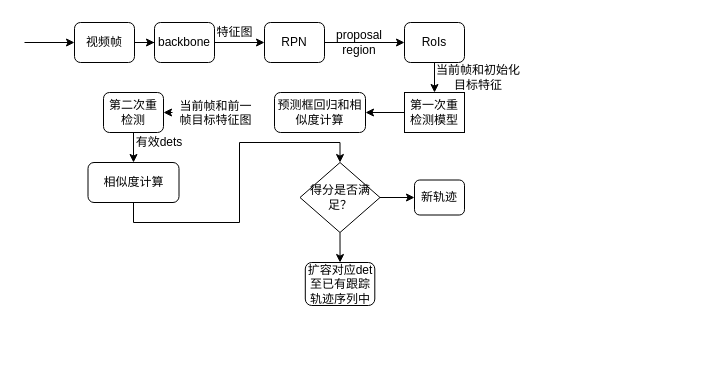
This is TDLA跟踪序列关系图.drawio from paleblackless/diagrams, a draw.io file, before an edit. Source tidied: cells renumbered, new cells numbered last; positions are measured from the earlier drawing's top-left corner, leaving out a move shared by most shapes. Both pictures are drawn from the tidied source at 100%, with x=0, y=0 at pixel (24, 17).
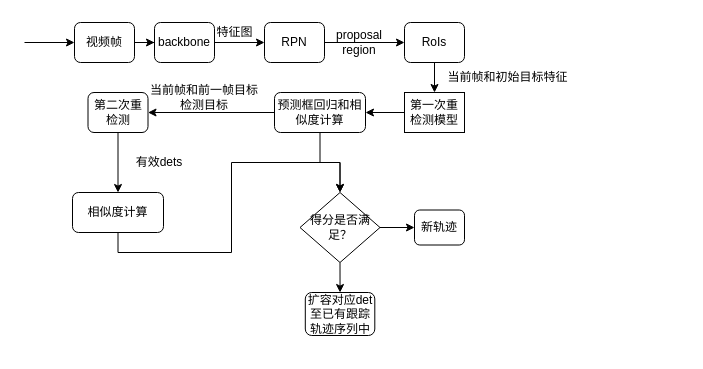
The same page after the edit.

Commit message:
Update TDLA跟踪序列关系图.drawio

Unchanged cells that the change refers to:
```xml
<mxCell id="16" value="预测框回归和相似度计算" style="rounded=1;whiteSpace=wrap;html=1;fontSize=12;glass=0;strokeWidth=1;shadow=0;" parent="1" vertex="1">
  <mxGeometry x="250" y="75" width="91" height="40" as="geometry" />
</mxCell>
```

What changed in the source:
```diff
@@
-    <mxCell id="14" value="当前帧和初始化目标特征" style="text;html=1;strokeColor=none;fillColor=none;align=center;verticalAlign=middle;whiteSpace=wrap;rounded=0;" parent="1" vertex="1">
-      <mxGeometry x="407" y="55" width="94" height="10" as="geometry" />
+    <mxCell id="14" value="当前帧和初始目标特征" style="text;html=1;strokeColor=none;fillColor=none;align=center;verticalAlign=middle;whiteSpace=wrap;rounded=0;" parent="1" vertex="1">
+      <mxGeometry x="407" y="55" width="153" height="10" as="geometry" />
     </mxCell>
-    <mxCell id="15" style="edgeStyle=orthogonalEdgeStyle;rounded=0;jettySize=auto;html=1;entryX=1;entryY=0.5;entryDx=0;entryDy=0;startArrow=none;" parent="1" edge="1" target="18">
+    <mxCell id="15" style="edgeStyle=orthogonalEdgeStyle;rounded=0;jettySize=auto;html=1;entryX=1;entryY=0.5;entryDx=0;entryDy=0;startArrow=none;exitX=0;exitY=0.75;exitDx=0;exitDy=0;" parent="1" edge="1" source="16" target="18">
       <mxGeometry relative="1" as="geometry">
-        <mxPoint x="148" y="95" as="sourcePoint" />
+        <Array as="points">
+          <mxPoint x="250" y="95" />
+        </Array>
       </mxGeometry>
     </mxCell>
+    <mxCell id="29" style="edgeStyle=orthogonalEdgeStyle;rounded=0;jettySize=auto;html=1;exitX=0.5;exitY=1;exitDx=0;exitDy=0;entryX=0.5;entryY=0;entryDx=0;entryDy=0;" parent="1" edge="1" source="16" target="24">
+      <mxGeometry relative="1" as="geometry" />
+    </mxCell>
@@
     <mxCell id="18" value="第二次重检测" style="rounded=1;whiteSpace=wrap;html=1;fontSize=12;glass=0;strokeWidth=1;shadow=0;" parent="1" vertex="1">
-      <mxGeometry x="79" y="75" width="60" height="40" as="geometry" />
+      <mxGeometry x="63.5" y="75" width="60" height="40" as="geometry" />
     </mxCell>
     <mxCell id="19" style="edgeStyle=orthogonalEdgeStyle;rounded=0;jettySize=auto;html=1;exitX=0.5;exitY=1;exitDx=0;exitDy=0;entryX=0.5;entryY=0;entryDx=0;entryDy=0;" parent="1" edge="1" source="20" target="24">
-      <mxGeometry relative="1" as="geometry" />
+      <mxGeometry relative="1" as="geometry">
+        <Array as="points">
+          <mxPoint x="94" y="235" />
+          <mxPoint x="207" y="235" />
+          <mxPoint x="207" y="145" />
+          <mxPoint x="316" y="145" />
+        </Array>
+      </mxGeometry>
     </mxCell>
     <mxCell id="20" value="相似度计算" style="rounded=1;whiteSpace=wrap;html=1;fontSize=12;glass=0;strokeWidth=1;shadow=0;" parent="1" vertex="1">
-      <mxGeometry x="63.5" y="145" width="91" height="40" as="geometry" />
+      <mxGeometry x="48" y="175" width="91" height="40" as="geometry" />
     </mxCell>
@@
     <mxCell id="24" value="得分是否满足？" style="rhombus;whiteSpace=wrap;html=1;" parent="1" vertex="1">
-      <mxGeometry x="275.5" y="145" width="80" height="70" as="geometry" />
+      <mxGeometry x="275.5" y="175" width="80" height="70" as="geometry" />
     </mxCell>
     <mxCell id="25" value="新轨迹" style="rounded=1;whiteSpace=wrap;html=1;fontSize=12;glass=0;strokeWidth=1;shadow=0;" parent="1" vertex="1">
-      <mxGeometry x="390" y="162.5" width="50" height="35" as="geometry" />
+      <mxGeometry x="390" y="192.5" width="50" height="35" as="geometry" />
     </mxCell>
     <mxCell id="26" value="扩容对应det至已有跟踪轨迹序列中" style="rounded=1;whiteSpace=wrap;html=1;fontSize=12;glass=0;strokeWidth=1;shadow=0;" parent="1" vertex="1">
-      <mxGeometry x="280.8" y="245" width="69.5" height="43" as="geometry" />
+      <mxGeometry x="280.8" y="275" width="69.5" height="43" as="geometry" />
     </mxCell>
     <mxCell id="27" value="有效dets" style="text;html=1;strokeColor=none;fillColor=none;align=center;verticalAlign=middle;whiteSpace=wrap;rounded=0;" parent="1" vertex="1">
-      <mxGeometry x="110" y="115" width="50" height="20" as="geometry" />
+      <mxGeometry x="110" y="135" width="50" height="20" as="geometry" />
     </mxCell>
-    <mxCell id="28" value="&lt;div style=&quot;text-align: center;&quot;&gt;当前帧和前一帧目标特征图&lt;/div&gt;" style="text;whiteSpace=wrap;html=1;" parent="1" vertex="1">
-      <mxGeometry x="150" y="75" width="81" height="40" as="geometry" />
+    <mxCell id="28" value="&lt;div style=&quot;text-align: center;&quot;&gt;&lt;br&gt;&lt;/div&gt;" style="text;whiteSpace=wrap;html=1;" parent="1" vertex="1">
+      <mxGeometry x="580" y="295" width="81" height="40" as="geometry" />
     </mxCell>
+    <mxCell id="30" value="当前帧和前一帧目标检测目标" style="text;html=1;strokeColor=none;fillColor=none;align=center;verticalAlign=middle;whiteSpace=wrap;rounded=0;" parent="1" vertex="1">
+      <mxGeometry x="120" y="65" width="120" height="30" as="geometry" />
+    </mxCell>
```
